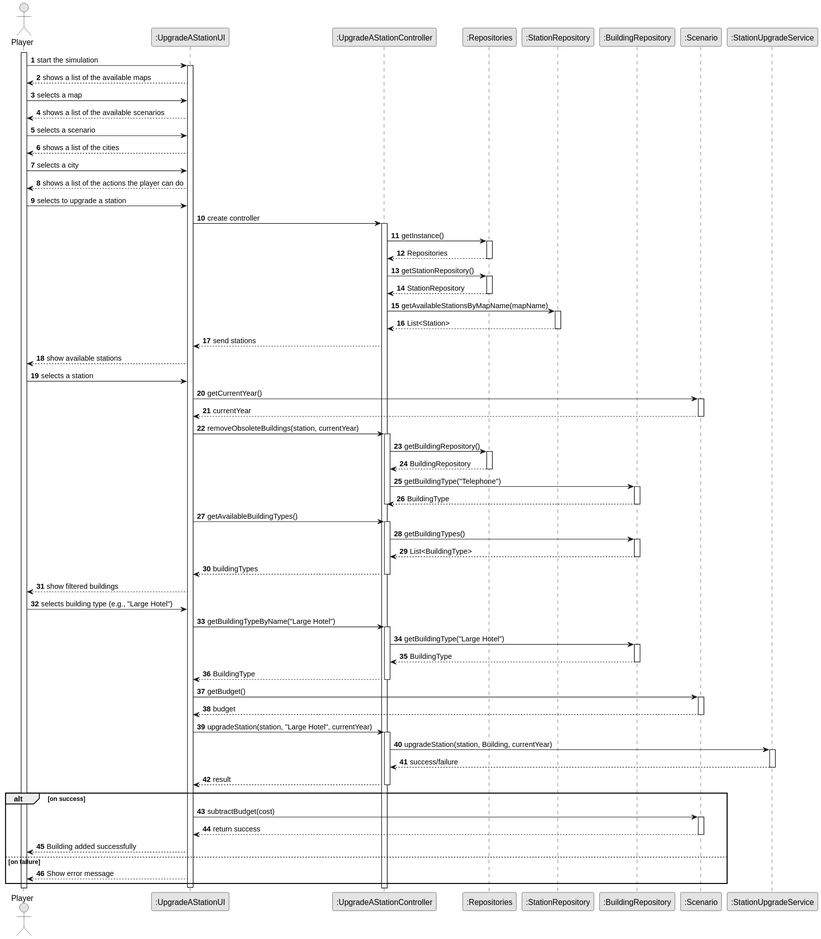
ivasduarte/all-aboard keeps this PlantUML diagram as docs/sprint3/us006/03.design/svg/us006-sequence-diagram-full.svg. Above is the earlier version. The source it was exported from:
```plantuml
@startuml
skinparam monochrome true
skinparam packageStyle rectangle
skinparam shadowing false

autonumber

actor "Player" as Player
participant ":UpgradeAStationUI" as UI
participant ":UpgradeAStationController" as CTRL
participant ":Repositories" as Repos
participant ":StationRepository" as Station_REPO
participant ":BuildingRepository" as Building_REPO
participant ":Scenario" as Scenario
participant ":StationUpgradeService" as Service

activate Player

Player -> UI : start the simulation
activate UI

UI --> Player : shows a list of the available maps
Player -> UI : selects a map
UI --> Player : shows a list of the available scenarios
Player -> UI : selects a scenario
UI --> Player : shows a list of the cities
Player -> UI : selects a city
UI --> Player : shows a list of the actions the player can do
Player -> UI : selects to upgrade a station

UI -> CTRL : create controller
activate CTRL

CTRL -> Repos : getInstance()
activate Repos
Repos --> CTRL : Repositories
deactivate Repos

CTRL -> Repos : getStationRepository()
activate Repos
Repos --> CTRL : StationRepository
deactivate Repos

CTRL -> Station_REPO : getAvailableStationsByMapName(mapName)
activate Station_REPO
Station_REPO --> CTRL : List<Station>
deactivate Station_REPO

CTRL --> UI : send stations
UI --> Player : show available stations
Player -> UI : selects a station

UI -> Scenario : getCurrentYear()
activate Scenario
Scenario --> UI : currentYear
deactivate Scenario

UI -> CTRL : removeObsoleteBuildings(station, currentYear)
activate CTRL
CTRL -> Repos : getBuildingRepository()
activate Repos
Repos --> CTRL : BuildingRepository
deactivate Repos
CTRL -> Building_REPO : getBuildingType("Telephone")
activate Building_REPO
Building_REPO --> CTRL : BuildingType
deactivate Building_REPO
deactivate CTRL

UI -> CTRL : getAvailableBuildingTypes()
activate CTRL
CTRL -> Building_REPO : getBuildingTypes()
activate Building_REPO
Building_REPO --> CTRL : List<BuildingType>
deactivate Building_REPO
CTRL --> UI : buildingTypes
deactivate CTRL

UI --> Player : show filtered buildings
Player -> UI : selects building type (e.g., "Large Hotel")

UI -> CTRL : getBuildingTypeByName("Large Hotel")
activate CTRL
CTRL -> Building_REPO : getBuildingType("Large Hotel")
activate Building_REPO
Building_REPO --> CTRL : BuildingType
deactivate Building_REPO
CTRL --> UI : BuildingType
deactivate CTRL

UI -> Scenario : getBudget()
activate Scenario
Scenario --> UI : budget
deactivate Scenario

UI -> CTRL : upgradeStation(station, "Large Hotel", currentYear)
activate CTRL
CTRL -> Service : upgradeStation(station, Building, currentYear)
activate Service
Service --> CTRL : success/failure
deactivate Service
CTRL --> UI : result
deactivate CTRL

alt on success
  UI -> Scenario : subtractBudget(cost)
  activate Scenario
  Scenario --> UI : return success
  deactivate Scenario
  UI --> Player : Building added successfully
else on failure
  UI --> Player : Show error message
end

deactivate UI
@enduml
```
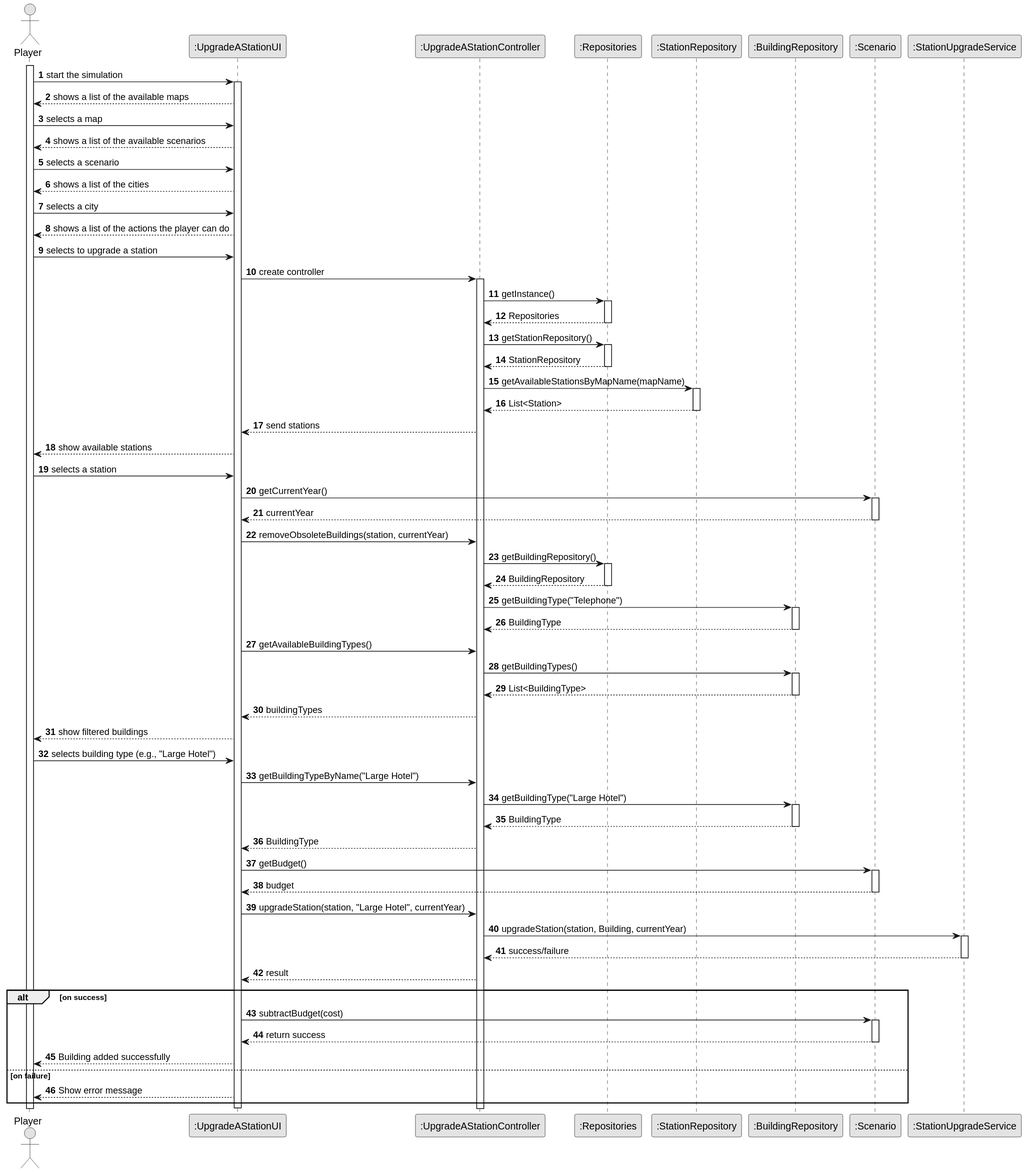
The same file after the commit.

The edit, as a diff of the source:
```diff
@@ -56,7 +56,6 @@
 deactivate Scenario
 
 UI -> CTRL : removeObsoleteBuildings(station, currentYear)
-activate CTRL
 CTRL -> Repos : getBuildingRepository()
 activate Repos
 Repos --> CTRL : BuildingRepository
@@ -65,28 +64,23 @@
 activate Building_REPO
 Building_REPO --> CTRL : BuildingType
 deactivate Building_REPO
-deactivate CTRL
 
 UI -> CTRL : getAvailableBuildingTypes()
-activate CTRL
 CTRL -> Building_REPO : getBuildingTypes()
 activate Building_REPO
 Building_REPO --> CTRL : List<BuildingType>
 deactivate Building_REPO
 CTRL --> UI : buildingTypes
-deactivate CTRL
 
 UI --> Player : show filtered buildings
 Player -> UI : selects building type (e.g., "Large Hotel")
 
 UI -> CTRL : getBuildingTypeByName("Large Hotel")
-activate CTRL
 CTRL -> Building_REPO : getBuildingType("Large Hotel")
 activate Building_REPO
 Building_REPO --> CTRL : BuildingType
 deactivate Building_REPO
 CTRL --> UI : BuildingType
-deactivate CTRL
 
 UI -> Scenario : getBudget()
 activate Scenario
@@ -94,13 +88,11 @@
 deactivate Scenario
 
 UI -> CTRL : upgradeStation(station, "Large Hotel", currentYear)
-activate CTRL
 CTRL -> Service : upgradeStation(station, Building, currentYear)
 activate Service
 Service --> CTRL : success/failure
 deactivate Service
 CTRL --> UI : result
-deactivate CTRL
 
 alt on success
   UI -> Scenario : subtractBudget(cost)
```
